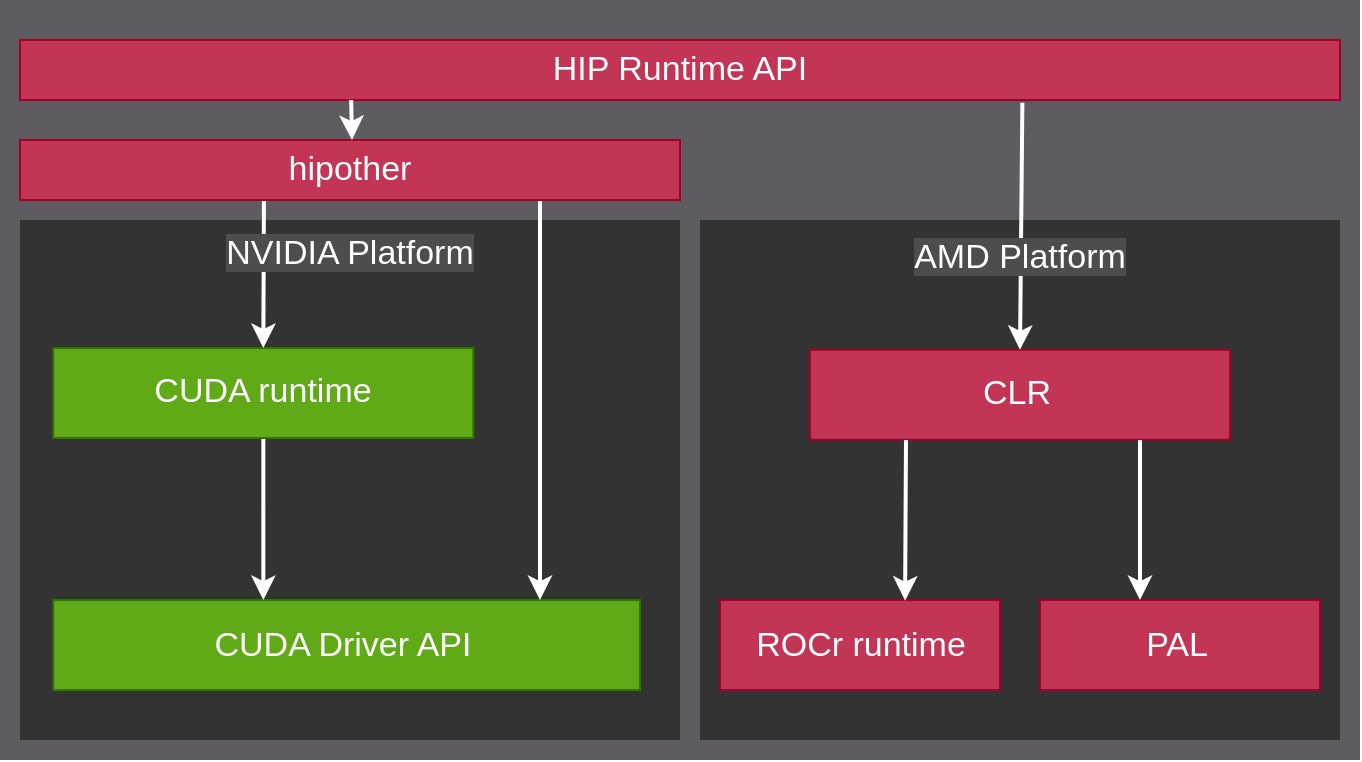
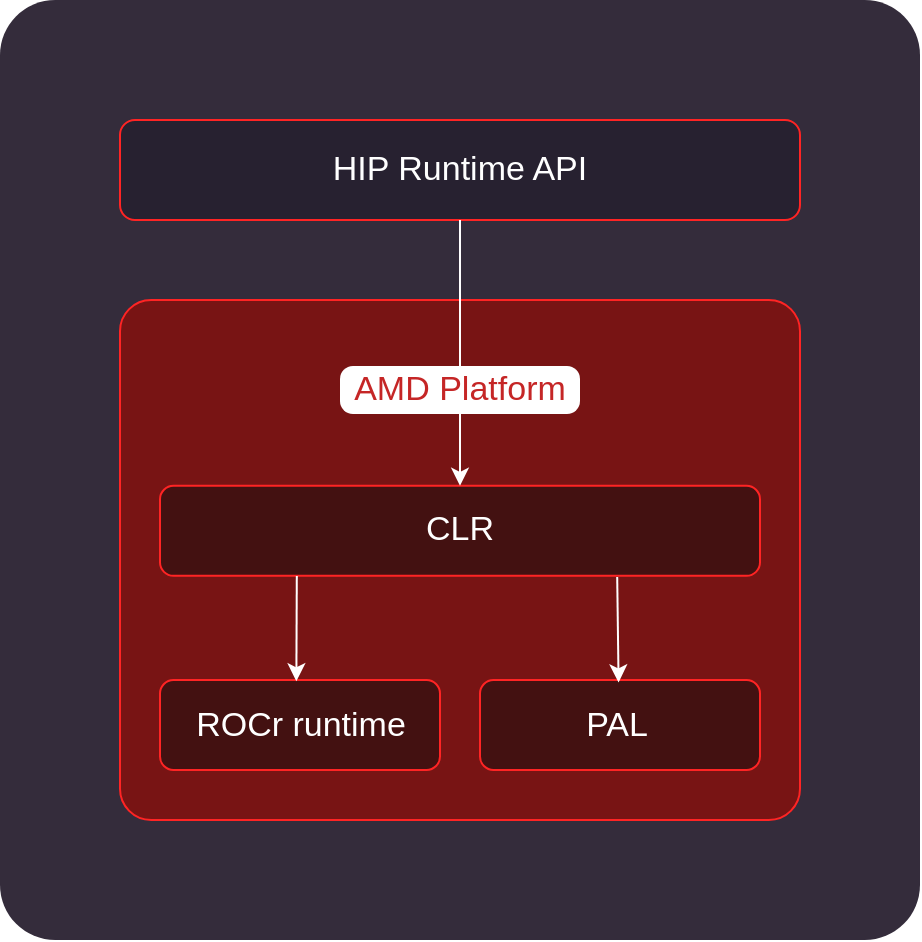
<mxfile host="65bd71144e">
    <diagram id="zBbb_w2fufU70cdOGtND" name="1 oldal">
-         <mxGraphModel dx="1584" dy="1200" grid="1" gridSize="10" guides="1" tooltips="1" connect="1" arrows="1" fold="1" page="0" pageScale="1" pageWidth="660" pageHeight="610" background="none" math="0" shadow="0">
+         <mxGraphModel dx="1438" dy="1349" grid="1" gridSize="10" guides="1" tooltips="1" connect="1" arrows="1" fold="1" page="0" pageScale="1" pageWidth="660" pageHeight="610" background="none" math="0" shadow="0">
            <root>
                <mxCell id="0"/>
                <mxCell id="1" parent="0"/>
-                 <mxCell id="5927" value="" style="rounded=0;whiteSpace=wrap;html=1;fillColor=#5E5B61;fontColor=#FFFFFF;strokeColor=none;spacing=0;" parent="1" vertex="1">
-                     <mxGeometry y="-30" width="680" height="380" as="geometry"/>
+                 <mxCell id="5927" value="" style="rounded=1;whiteSpace=wrap;html=1;fillColor=#342C3B;fontColor=#FFFFFF;strokeColor=none;spacing=0;arcSize=6;glass=0;shadow=0;" parent="1" vertex="1">
+                     <mxGeometry x="280" y="-70" width="460" height="470" as="geometry"/>
                </mxCell>
-                 <mxCell id="5945" value="" style="rounded=0;whiteSpace=wrap;html=1;fillColor=#C23555;fontColor=#FFFFFF;strokeColor=#A20025;" parent="1" vertex="1">
-                     <mxGeometry x="10" y="-10" width="660" height="30" as="geometry"/>
+                 <mxCell id="5945" value="" style="whiteSpace=wrap;html=1;fontSize=16;fontFamily=Verdana;rounded=1;strokeColor=#ff2424;fillStyle=solid;fontColor=#F0F0F0;fillColor=#272130;" parent="1" vertex="1">
+                     <mxGeometry x="340" y="-10" width="340" height="50" as="geometry"/>
                </mxCell>
-                 <mxCell id="5946" value="&lt;font face=&quot;Helvetica&quot;&gt;HIP Runtime API&lt;/font&gt;" style="text;html=1;strokeColor=none;fillColor=none;align=center;verticalAlign=middle;whiteSpace=wrap;rounded=0;fontSize=17;fontColor=#FFFFFF;" parent="1" vertex="1">
-                     <mxGeometry x="75" y="-10" width="530" height="30" as="geometry"/>
+                 <mxCell id="5946" value="&lt;font style=&quot;color: rgb(255, 255, 255);&quot; face=&quot;Helvetica&quot;&gt;HIP Runtime API&lt;/font&gt;" style="text;html=1;strokeColor=none;fillColor=none;align=center;verticalAlign=middle;whiteSpace=wrap;rounded=0;fontSize=17;fontColor=#FFFFFF;" parent="1" vertex="1">
+                     <mxGeometry x="360" y="-10" width="300" height="50" as="geometry"/>
                </mxCell>
-                 <mxCell id="UvHuP5o6jSuoLTm0AUZA-5953" value="" style="group" parent="1" vertex="1" connectable="0">
-                     <mxGeometry x="10" y="80" width="330" height="260" as="geometry"/>
-                 </mxCell>
-                 <mxCell id="5925" value="" style="rounded=0;whiteSpace=wrap;html=1;fillColor=#333333;fontColor=#FFFFFF;strokeColor=none;" parent="UvHuP5o6jSuoLTm0AUZA-5953" vertex="1">
-                     <mxGeometry width="330" height="260" as="geometry"/>
-                 </mxCell>
-                 <mxCell id="UvHuP5o6jSuoLTm0AUZA-5952" value="" style="group" parent="UvHuP5o6jSuoLTm0AUZA-5953" vertex="1" connectable="0">
-                     <mxGeometry x="16.67" y="190.00279999999998" width="293.33" height="45" as="geometry"/>
-                 </mxCell>
-                 <mxCell id="UvHuP5o6jSuoLTm0AUZA-5950" value="" style="rounded=0;whiteSpace=wrap;html=1;fillColor=#60a917;fontColor=#ffffff;strokeColor=#2D7600;" parent="UvHuP5o6jSuoLTm0AUZA-5952" vertex="1">
-                     <mxGeometry width="293.33000000000004" height="45" as="geometry"/>
-                 </mxCell>
-                 <mxCell id="UvHuP5o6jSuoLTm0AUZA-5951" value="&lt;div&gt;CUDA Driver API&lt;/div&gt;" style="text;html=1;strokeColor=none;fillColor=none;align=center;verticalAlign=middle;whiteSpace=wrap;rounded=0;fontSize=17;fontColor=#FFFFFF;" parent="UvHuP5o6jSuoLTm0AUZA-5952" vertex="1">
-                     <mxGeometry x="10.9643478387712" y="7.500000000000001" width="266.79913074343256" height="30.000000000000004" as="geometry"/>
-                 </mxCell>
-                 <mxCell id="5948" value="" style="endArrow=classic;startArrow=none;html=1;rounded=0;strokeWidth=2;startFill=0;exitX=0.5;exitY=1;exitDx=0;exitDy=0;entryX=0.358;entryY=0;entryDx=0;entryDy=0;entryPerimeter=0;strokeColor=#FFFFFF;" parent="UvHuP5o6jSuoLTm0AUZA-5953" source="5967" target="UvHuP5o6jSuoLTm0AUZA-5950" edge="1">
-                     <mxGeometry width="50" height="50" relative="1" as="geometry">
-                         <mxPoint x="103.33500000000004" y="108.22000000000003" as="sourcePoint"/>
-                         <mxPoint x="85" y="145.6" as="targetPoint"/>
-                     </mxGeometry>
-                 </mxCell>
-                 <mxCell id="5966" value="" style="group" parent="UvHuP5o6jSuoLTm0AUZA-5953" vertex="1" connectable="0">
-                     <mxGeometry x="16.670000000000016" y="64" width="210" height="45" as="geometry"/>
-                 </mxCell>
-                 <mxCell id="5967" value="" style="rounded=0;whiteSpace=wrap;html=1;fillColor=#60a917;fontColor=#ffffff;strokeColor=#2D7600;" parent="5966" vertex="1">
-                     <mxGeometry width="210.00000000000003" height="45" as="geometry"/>
-                 </mxCell>
-                 <mxCell id="5968" value="&lt;div&gt;CUDA runtime&lt;/div&gt;" style="text;html=1;strokeColor=none;fillColor=none;align=center;verticalAlign=middle;whiteSpace=wrap;rounded=0;fontSize=17;fontColor=#FFFFFF;" parent="5966" vertex="1">
-                     <mxGeometry x="9.499565493273565" y="7.499999999999974" width="191.0060936696582" height="29.999999999999996" as="geometry"/>
-                 </mxCell>
-                 <mxCell id="UvHuP5o6jSuoLTm0AUZA-5982" value="" style="endArrow=classic;startArrow=none;html=1;rounded=0;strokeWidth=2;startFill=0;strokeColor=#FFFFFF;" parent="1" edge="1">
-                     <mxGeometry width="50" height="50" relative="1" as="geometry">
-                         <mxPoint x="270" y="60" as="sourcePoint"/>
-                         <mxPoint x="270" y="270" as="targetPoint"/>
-                     </mxGeometry>
-                 </mxCell>
-                 <mxCell id="UvHuP5o6jSuoLTm0AUZA-5955" value="" style="rounded=0;whiteSpace=wrap;html=1;fillColor=#333333;fontColor=#FFFFFF;strokeColor=none;" parent="1" vertex="1">
-                     <mxGeometry x="350" y="80" width="320" height="260" as="geometry"/>
+                 <mxCell id="UvHuP5o6jSuoLTm0AUZA-5955" value="" style="whiteSpace=wrap;html=1;fontSize=16;fontFamily=Verdana;rounded=1;verticalAlign=top;strokeColor=#ff2424;fillColor=#781414;fontColor=#F0F0F0;arcSize=6;" parent="1" vertex="1">
+                     <mxGeometry x="340" y="80" width="340" height="260" as="geometry"/>
                </mxCell>
                <mxCell id="5955" value="" style="group" parent="1" vertex="1" connectable="0">
                    <mxGeometry x="360" y="270" width="140" height="45" as="geometry"/>
                </mxCell>
-                 <mxCell id="5956" value="" style="rounded=0;whiteSpace=wrap;html=1;fillColor=#C23555;fontColor=#FFFFFF;strokeColor=#A20025;" parent="5955" vertex="1">
+                 <mxCell id="5956" value="" style="rounded=1;whiteSpace=wrap;html=1;fillColor=#431111;fontColor=#FFFFFF;strokeColor=#FF2424;glass=0;" parent="5955" vertex="1">
                    <mxGeometry width="140.00000000000003" height="45" as="geometry"/>
                </mxCell>
-                 <mxCell id="5957" value="&lt;div&gt;ROCr runtime&lt;/div&gt;" style="text;html=1;strokeColor=none;fillColor=none;align=center;verticalAlign=middle;whiteSpace=wrap;rounded=0;fontSize=17;fontColor=#FFFFFF;" parent="5955" vertex="1">
+                 <mxCell id="5957" value="&lt;div&gt;&lt;font style=&quot;color: rgb(255, 255, 255);&quot;&gt;ROCr runtime&lt;/font&gt;&lt;/div&gt;" style="text;html=1;strokeColor=none;fillColor=none;align=center;verticalAlign=middle;whiteSpace=wrap;rounded=0;fontSize=17;fontColor=#FFFFFF;" parent="5955" vertex="1">
                    <mxGeometry x="2.51" y="8.75" width="134.99" height="27.5" as="geometry"/>
                </mxCell>
                <mxCell id="5958" value="" style="group" parent="1" vertex="1" connectable="0">
                    <mxGeometry x="520" y="270" width="140" height="45" as="geometry"/>
                </mxCell>
-                 <mxCell id="5959" value="" style="rounded=0;whiteSpace=wrap;html=1;fillColor=#C23555;fontColor=#FFFFFF;strokeColor=#A20025;" parent="5958" vertex="1">
+                 <mxCell id="5959" value="" style="rounded=1;whiteSpace=wrap;html=1;fillColor=#431111;fontColor=#FFFFFF;strokeColor=#FF2424;glass=0;" parent="5958" vertex="1">
                    <mxGeometry width="140.00000000000003" height="45" as="geometry"/>
                </mxCell>
-                 <mxCell id="5960" value="&lt;div&gt;PAL&lt;/div&gt;" style="text;html=1;strokeColor=none;fillColor=none;align=center;verticalAlign=middle;whiteSpace=wrap;rounded=0;fontSize=17;fontColor=#FFFFFF;" parent="5958" vertex="1">
+                 <mxCell id="5960" value="&lt;div&gt;&lt;font style=&quot;color: rgb(255, 255, 255);&quot;&gt;PAL&lt;/font&gt;&lt;/div&gt;" style="text;html=1;strokeColor=none;fillColor=none;align=center;verticalAlign=middle;whiteSpace=wrap;rounded=0;fontSize=17;fontColor=#FFFFFF;" parent="5958" vertex="1">
                    <mxGeometry x="5.233043662182416" y="7.499999999999999" width="127.33739577977217" height="29.999999999999996" as="geometry"/>
                </mxCell>
                <mxCell id="5962" value="" style="group" parent="1" vertex="1" connectable="0">
-                     <mxGeometry x="405" y="144.91" width="210" height="45" as="geometry"/>
+                     <mxGeometry x="420" y="172.91" width="240" height="45" as="geometry"/>
                </mxCell>
-                 <mxCell id="5963" value="" style="rounded=0;whiteSpace=wrap;html=1;fillColor=#C23555;fontColor=#FFFFFF;strokeColor=#A20025;" parent="5962" vertex="1">
-                     <mxGeometry width="210.00000000000003" height="45" as="geometry"/>
+                 <mxCell id="5963" value="" style="rounded=1;whiteSpace=wrap;html=1;fillColor=#431111;fontColor=#FFFFFF;strokeColor=#FF2424;glass=0;" parent="5962" vertex="1">
+                     <mxGeometry x="-60" width="300" height="45" as="geometry"/>
                </mxCell>
-                 <mxCell id="5964" value="&lt;div&gt;CLR&lt;/div&gt;" style="text;html=1;strokeColor=none;fillColor=none;align=center;verticalAlign=middle;whiteSpace=wrap;rounded=0;fontSize=17;fontColor=#FFFFFF;" parent="5962" vertex="1">
-                     <mxGeometry x="7.849565493273624" y="7.499999999999999" width="191.0060936696582" height="29.999999999999996" as="geometry"/>
+                 <mxCell id="5964" value="&lt;div&gt;&lt;font style=&quot;color: rgb(255, 255, 255);&quot;&gt;CLR&lt;/font&gt;&lt;/div&gt;" style="text;html=1;strokeColor=none;fillColor=none;align=center;verticalAlign=middle;whiteSpace=wrap;rounded=0;fontSize=17;fontColor=#FFFFFF;" parent="5962" vertex="1">
+                     <mxGeometry x="0.228591563677206" y="7.499999999999999" width="179.5457280494787" height="29.999999999999996" as="geometry"/>
                </mxCell>
-                 <mxCell id="5965" value="" style="endArrow=classic;startArrow=none;html=1;rounded=0;strokeWidth=2;startFill=0;entryX=0.5;entryY=0;entryDx=0;entryDy=0;strokeColor=#FFFFFF;exitX=0.823;exitY=1.047;exitDx=0;exitDy=0;exitPerimeter=0;" parent="1" target="5963" edge="1" source="5946">
+                 <mxCell id="5965" value="" style="endArrow=classic;startArrow=none;html=1;rounded=0;strokeWidth=1;startFill=0;entryX=0.5;entryY=0;entryDx=0;entryDy=0;strokeColor=#FFFFFF;exitX=0.5;exitY=1;exitDx=0;exitDy=0;" parent="1" source="5946" target="5963" edge="1">
                    <mxGeometry width="50" height="50" relative="1" as="geometry">
                        <mxPoint x="510" y="60" as="sourcePoint"/>
                        <mxPoint x="640" y="290" as="targetPoint"/>
                    </mxGeometry>
                </mxCell>
-                 <mxCell id="5969" value="" style="endArrow=classic;startArrow=none;html=1;rounded=0;strokeWidth=2;startFill=0;strokeColor=#FFFFFF;" parent="1" edge="1">
+                 <mxCell id="5969" value="" style="endArrow=classic;startArrow=none;html=1;rounded=0;strokeWidth=1;startFill=0;strokeColor=#FFFFFF;exitX=0.762;exitY=1.014;exitDx=0;exitDy=0;exitPerimeter=0;entryX=0.545;entryY=0.027;entryDx=0;entryDy=0;entryPerimeter=0;" parent="1" source="5963" edge="1">
                    <mxGeometry width="50" height="50" relative="1" as="geometry">
-                         <mxPoint x="570" y="190" as="sourcePoint"/>
-                         <mxPoint x="570" y="270" as="targetPoint"/>
+                         <mxPoint x="588.5" y="217.41499999999996" as="sourcePoint"/>
+                         <mxPoint x="589.3" y="271.2149999999999" as="targetPoint"/>
                    </mxGeometry>
                </mxCell>
-                 <mxCell id="5971" value="" style="endArrow=classic;startArrow=none;html=1;rounded=0;strokeWidth=2;startFill=0;strokeColor=#FFFFFF;entryX=0.661;entryY=0.007;entryDx=0;entryDy=0;entryPerimeter=0;" parent="1" target="5956" edge="1">
+                 <mxCell id="5971" value="" style="endArrow=classic;startArrow=none;html=1;rounded=0;strokeWidth=1;startFill=0;strokeColor=#FFFFFF;entryX=0.487;entryY=0.014;entryDx=0;entryDy=0;exitX=0.228;exitY=1.003;exitDx=0;exitDy=0;exitPerimeter=0;entryPerimeter=0;" parent="1" source="5963" target="5956" edge="1">
                    <mxGeometry width="50" height="50" relative="1" as="geometry">
-                         <mxPoint x="453" y="190" as="sourcePoint"/>
+                         <mxPoint x="453" y="220" as="sourcePoint"/>
                        <mxPoint x="450" y="270" as="targetPoint"/>
                    </mxGeometry>
                </mxCell>
-                 <mxCell id="UvHuP5o6jSuoLTm0AUZA-5981" value="" style="endArrow=classic;startArrow=none;html=1;rounded=0;strokeWidth=2;startFill=0;entryX=0.5;entryY=0;entryDx=0;entryDy=0;strokeColor=#FFFFFF;" parent="1" target="5967" edge="1">
-                     <mxGeometry width="50" height="50" relative="1" as="geometry">
-                         <mxPoint x="132" y="60" as="sourcePoint"/>
-                         <mxPoint x="95" y="140" as="targetPoint"/>
-                     </mxGeometry>
+                 <mxCell id="5972" value="" style="whiteSpace=wrap;html=1;strokeColor=none;fillColor=light-dark(#FFFFFF,#EDEDED);rounded=1;arcSize=27;" parent="1" vertex="1">
+                     <mxGeometry x="450" y="113" width="120" height="24" as="geometry"/>
                </mxCell>
-                 <mxCell id="UvHuP5o6jSuoLTm0AUZA-5957" value="&lt;font face=&quot;Helvetica&quot;&gt;&lt;span style=&quot;background-color: rgb(77, 77, 77);&quot;&gt;AMD Platform&lt;/span&gt;&lt;br&gt;&lt;/font&gt;" style="text;html=1;strokeColor=none;fillColor=none;align=center;verticalAlign=middle;whiteSpace=wrap;rounded=0;fontSize=17;fontColor=#FFFFFF;" parent="1" vertex="1">
-                     <mxGeometry x="440" y="84" width="140" height="30" as="geometry"/>
-                 </mxCell>
-                 <mxCell id="5926" value="&lt;font style=&quot;background-color: rgb(77, 77, 77);&quot;&gt;NVIDIA Platform&lt;/font&gt;" style="text;html=1;strokeColor=none;fillColor=none;align=center;verticalAlign=middle;whiteSpace=wrap;rounded=0;fontSize=17;fontColor=#FFFFFF;" parent="1" vertex="1">
-                     <mxGeometry x="10" y="80" width="330" height="34.0392" as="geometry"/>
-                 </mxCell>
-                 <mxCell id="5973" value="" style="rounded=0;whiteSpace=wrap;html=1;fillColor=#C23555;fontColor=#FFFFFF;strokeColor=#A20025;" vertex="1" parent="1">
-                     <mxGeometry x="10" y="40" width="330" height="30" as="geometry"/>
-                 </mxCell>
-                 <mxCell id="5975" value="&lt;font face=&quot;Helvetica&quot;&gt;hipother&lt;/font&gt;" style="text;html=1;strokeColor=none;fillColor=none;align=center;verticalAlign=middle;whiteSpace=wrap;rounded=0;fontSize=17;fontColor=#FFFFFF;" vertex="1" parent="1">
-                     <mxGeometry x="10" y="40" width="330" height="30" as="geometry"/>
-                 </mxCell>
-                 <mxCell id="5976" value="" style="endArrow=classic;startArrow=none;html=1;rounded=0;strokeWidth=2;startFill=0;strokeColor=#FFFFFF;exitX=0.823;exitY=1.047;exitDx=0;exitDy=0;exitPerimeter=0;" edge="1" parent="1">
-                     <mxGeometry width="50" height="50" relative="1" as="geometry">
-                         <mxPoint x="175.59000000000003" y="20.00000000000008" as="sourcePoint"/>
-                         <mxPoint x="176" y="40" as="targetPoint"/>
-                     </mxGeometry>
+                 <mxCell id="UvHuP5o6jSuoLTm0AUZA-5957" value="&lt;font face=&quot;Helvetica&quot;&gt;&lt;span&gt;&lt;font style=&quot;color: rgb(197, 38, 38);&quot;&gt;&amp;nbsp;AMD Platform&amp;nbsp;&lt;/font&gt;&lt;/span&gt;&lt;br&gt;&lt;/font&gt;" style="text;html=1;strokeColor=none;fillColor=none;align=center;verticalAlign=middle;whiteSpace=wrap;rounded=0;fontSize=17;fontColor=#FFFFFF;" parent="1" vertex="1">
+                     <mxGeometry x="440" y="110" width="140" height="30" as="geometry"/>
                </mxCell>
            </root>
        </mxGraphModel>
    </diagram>
</mxfile>